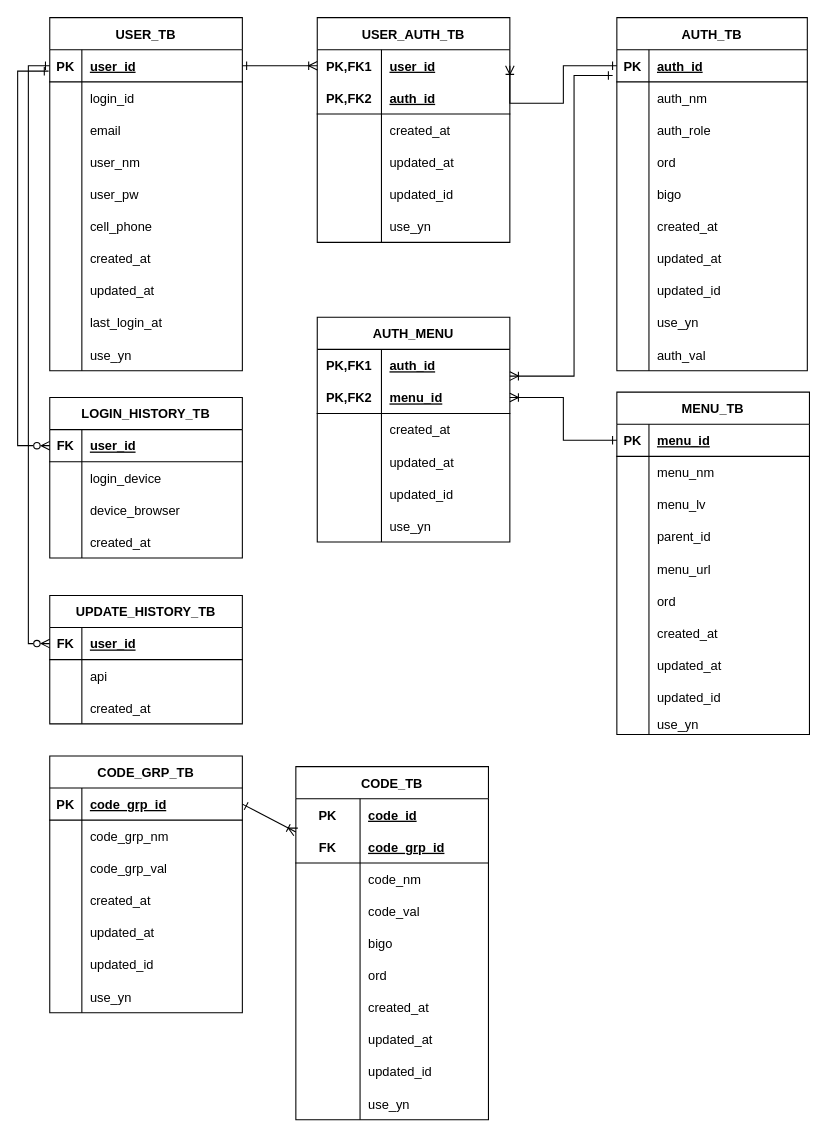
The draw.io diagram src/main/resources/erd/physical.drawio in reolinodev/back-boot-setting, before the edit. Source tidied: cells renumbered, new cells numbered last; positions are measured from the earlier drawing's top-left corner, leaving out a move shared by most shapes. Both pictures are drawn from the tidied source at 107%, with x=0, y=0 at pixel (17, 17).
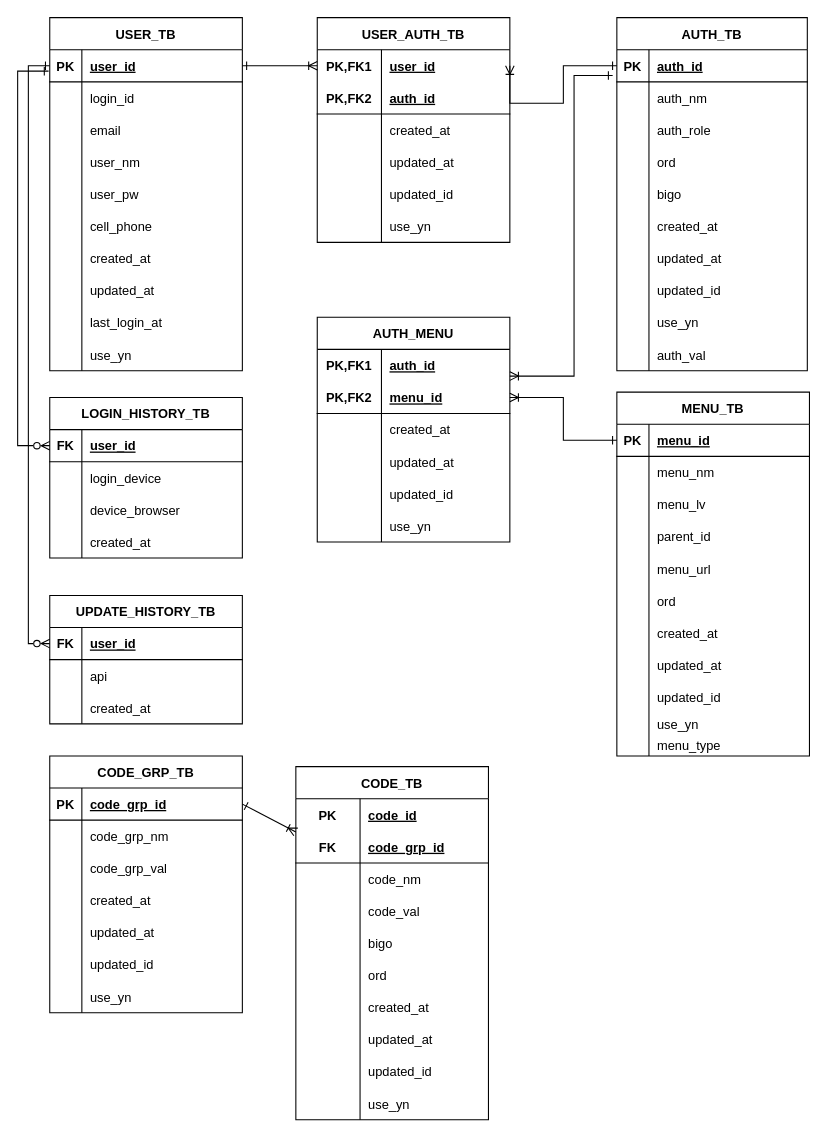
After the change.

The edit, as a diff of the source:
```diff
@@
     <mxCell id="106" value="MENU_TB" style="shape=table;startSize=30;childLayout=tableLayout;rowLines=0;fontStyle=1;align=center;" parent="1" vertex="1">
-      <mxGeometry x="560" y="350" width="180" height="320" as="geometry" />
+      <mxGeometry x="560" y="350" width="180" height="340" as="geometry" />
     </mxCell>
@@
+    <mxCell id="217" style="shape=tableRow;horizontal=0;startSize=0;swimlaneHead=0;swimlaneBody=0;fillColor=none;top=0;left=0;right=0;bottom=0;" parent="106" vertex="1">
+      <mxGeometry y="320" width="180" height="20" as="geometry" />
+    </mxCell>
+    <mxCell id="218" style="shape=partialRectangle;fillColor=none;top=0;left=0;bottom=0;right=0;overflow=hidden;" parent="217" vertex="1">
+      <mxGeometry width="30" height="20" as="geometry" />
+    </mxCell>
+    <mxCell id="219" value="menu_type" style="shape=partialRectangle;fillColor=none;top=0;left=0;bottom=0;right=0;align=left;spacingLeft=6;overflow=hidden;" parent="217" vertex="1">
+      <mxGeometry x="30" width="150" height="20" as="geometry" />
+    </mxCell>
```
